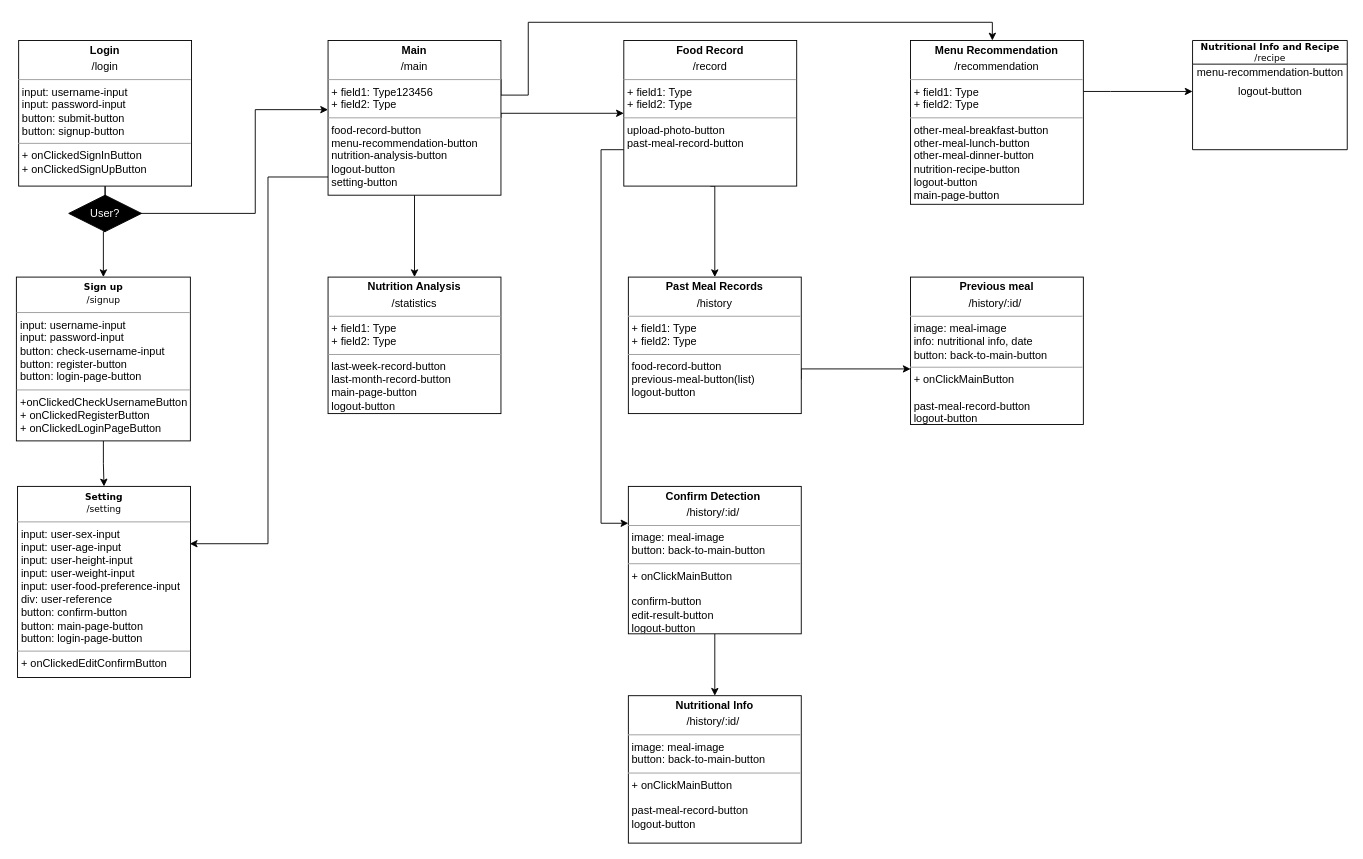
Before: Untitled Diagram.drawio in swsnu/swpp2021-team5, a draw.io diagram. Source tidied: cells renumbered, new cells numbered last; positions are measured from the earlier drawing's top-left corner, leaving out a move shared by most shapes. Both pictures are drawn from the tidied source at 91%, with x=0, y=0 at pixel (16, 22).
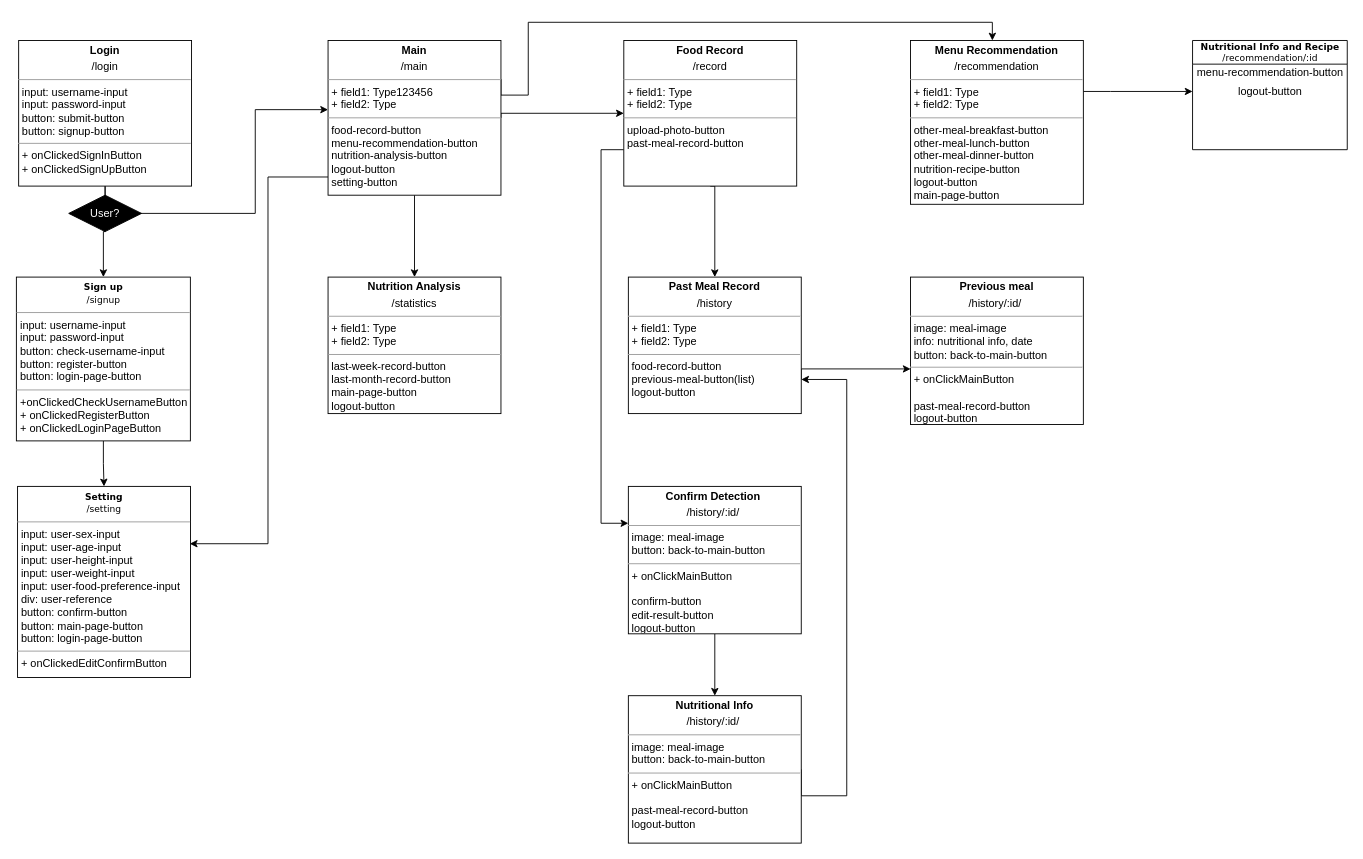
The same diagram, later.

The change refers to these unchanged cells:
```xml
<mxCell id="27" value="&lt;p style=&quot;margin: 0px ; margin-top: 4px ; text-align: center&quot;&gt;&lt;b&gt;Nutritional Info&lt;/b&gt;&lt;/p&gt;&lt;p style=&quot;margin: 0px ; margin-top: 4px ; text-align: center&quot;&gt;/history/:id/&lt;b&gt;&amp;nbsp;&lt;/b&gt;&lt;/p&gt;&lt;hr size=&quot;1&quot;&gt;&lt;p style=&quot;margin: 0px ; margin-left: 4px&quot;&gt;image: meal-image&lt;/p&gt;&lt;p style=&quot;margin: 0px ; margin-left: 4px&quot;&gt;button: back-to-main-button&lt;/p&gt;&lt;hr size=&quot;1&quot;&gt;&lt;p style=&quot;margin: 0px ; margin-left: 4px&quot;&gt;+ onClickMainButton&lt;/p&gt;&lt;p style=&quot;margin: 0px ; margin-left: 4px&quot;&gt;&lt;br&gt;&lt;/p&gt;&lt;p style=&quot;margin: 0px ; margin-left: 4px&quot;&gt;past-meal-record-button&lt;/p&gt;&lt;p style=&quot;margin: 0px ; margin-left: 4px&quot;&gt;logout-button&lt;/p&gt;" style="verticalAlign=top;align=left;overflow=fill;fontSize=12;fontFamily=Helvetica;html=1;" parent="1" vertex="1">
  <mxGeometry x="672" y="740" width="190" height="162" as="geometry" />
</mxCell>
```

Diff of the diagram source:
```diff
@@
-    <mxCell id="2" value="&lt;b&gt;Nutritional Info and Recipe&lt;/b&gt;&lt;br&gt;/recipe" style="swimlane;html=1;fontStyle=0;horizontal=1;startSize=26;fillColor=none;swimlaneFillColor=#ffffff;rounded=0;shadow=0;comic=0;labelBackgroundColor=none;strokeWidth=1;fontFamily=Verdana;fontSize=10;align=center;" parent="1" vertex="1">
+    <mxCell id="2" value="&lt;b&gt;Nutritional Info and Recipe&lt;/b&gt;&lt;br&gt;/recommendation/:id" style="swimlane;html=1;fontStyle=0;horizontal=1;startSize=26;fillColor=none;swimlaneFillColor=#ffffff;rounded=0;shadow=0;comic=0;labelBackgroundColor=none;strokeWidth=1;fontFamily=Verdana;fontSize=10;align=center;" parent="1" vertex="1">
       <mxGeometry x="1292" y="20" width="170" height="120" as="geometry" />
     </mxCell>
@@
-    <mxCell id="20" value="&lt;p style=&quot;margin: 0px ; margin-top: 4px ; text-align: center&quot;&gt;&lt;b&gt;Past Meal Records&lt;/b&gt;&lt;/p&gt;&lt;p style=&quot;margin: 0px ; margin-top: 4px ; text-align: center&quot;&gt;/history&lt;/p&gt;&lt;hr size=&quot;1&quot;&gt;&lt;p style=&quot;margin: 0px ; margin-left: 4px&quot;&gt;+ field1: Type&lt;br&gt;+ field2: Type&lt;/p&gt;&lt;hr size=&quot;1&quot;&gt;&lt;p style=&quot;margin: 0px ; margin-left: 4px&quot;&gt;food-record-button&lt;/p&gt;&lt;p style=&quot;margin: 0px ; margin-left: 4px&quot;&gt;previous-meal-button(list)&lt;/p&gt;&lt;p style=&quot;margin: 0px ; margin-left: 4px&quot;&gt;logout-button&lt;/p&gt;&lt;p style=&quot;margin: 0px ; margin-left: 4px&quot;&gt;&lt;br&gt;&lt;/p&gt;" style="verticalAlign=top;align=left;overflow=fill;fontSize=12;fontFamily=Helvetica;html=1;rounded=0;shadow=0;comic=0;labelBackgroundColor=none;strokeWidth=1;" parent="1" vertex="1">
+    <mxCell id="20" value="&lt;p style=&quot;margin: 0px ; margin-top: 4px ; text-align: center&quot;&gt;&lt;b&gt;Past Meal Record&lt;/b&gt;&lt;/p&gt;&lt;p style=&quot;margin: 0px ; margin-top: 4px ; text-align: center&quot;&gt;/history&lt;/p&gt;&lt;hr size=&quot;1&quot;&gt;&lt;p style=&quot;margin: 0px ; margin-left: 4px&quot;&gt;+ field1: Type&lt;br&gt;+ field2: Type&lt;/p&gt;&lt;hr size=&quot;1&quot;&gt;&lt;p style=&quot;margin: 0px ; margin-left: 4px&quot;&gt;food-record-button&lt;/p&gt;&lt;p style=&quot;margin: 0px ; margin-left: 4px&quot;&gt;previous-meal-button(list)&lt;/p&gt;&lt;p style=&quot;margin: 0px ; margin-left: 4px&quot;&gt;logout-button&lt;/p&gt;&lt;p style=&quot;margin: 0px ; margin-left: 4px&quot;&gt;&lt;br&gt;&lt;/p&gt;" style="verticalAlign=top;align=left;overflow=fill;fontSize=12;fontFamily=Helvetica;html=1;rounded=0;shadow=0;comic=0;labelBackgroundColor=none;strokeWidth=1;" parent="1" vertex="1">
       <mxGeometry x="672" y="280" width="190" height="150" as="geometry" />
     </mxCell>
@@
+    <mxCell id="29" style="edgeStyle=orthogonalEdgeStyle;rounded=0;jettySize=auto;html=1;exitX=1;exitY=0.5;exitDx=0;exitDy=0;entryX=1;entryY=0.75;entryDx=0;entryDy=0;fontColor=#FFFFFF;" parent="1" edge="1" source="27" target="20">
+      <mxGeometry relative="1" as="geometry">
+        <Array as="points">
+          <mxPoint x="862" y="850" />
+          <mxPoint x="912" y="850" />
+          <mxPoint x="912" y="393" />
+        </Array>
+      </mxGeometry>
+    </mxCell>
```
